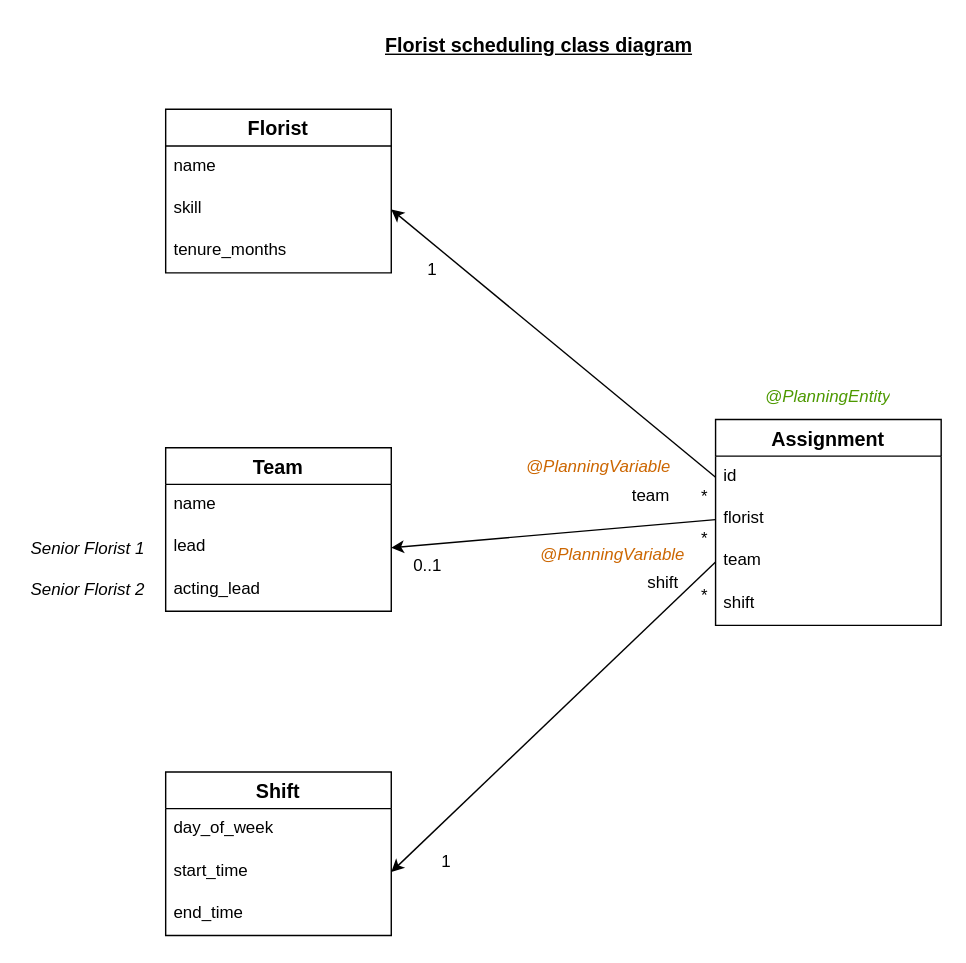
Earlier version of the draw.io diagram diagram.drawio (yewshanooi-tech/scheduling). Source tidied: cells renumbered, new cells numbered last; positions are measured from the earlier drawing's top-left corner, leaving out a move shared by most shapes. Both pictures are drawn from the tidied source at 141%, with x=0, y=0 at pixel (24, 24).
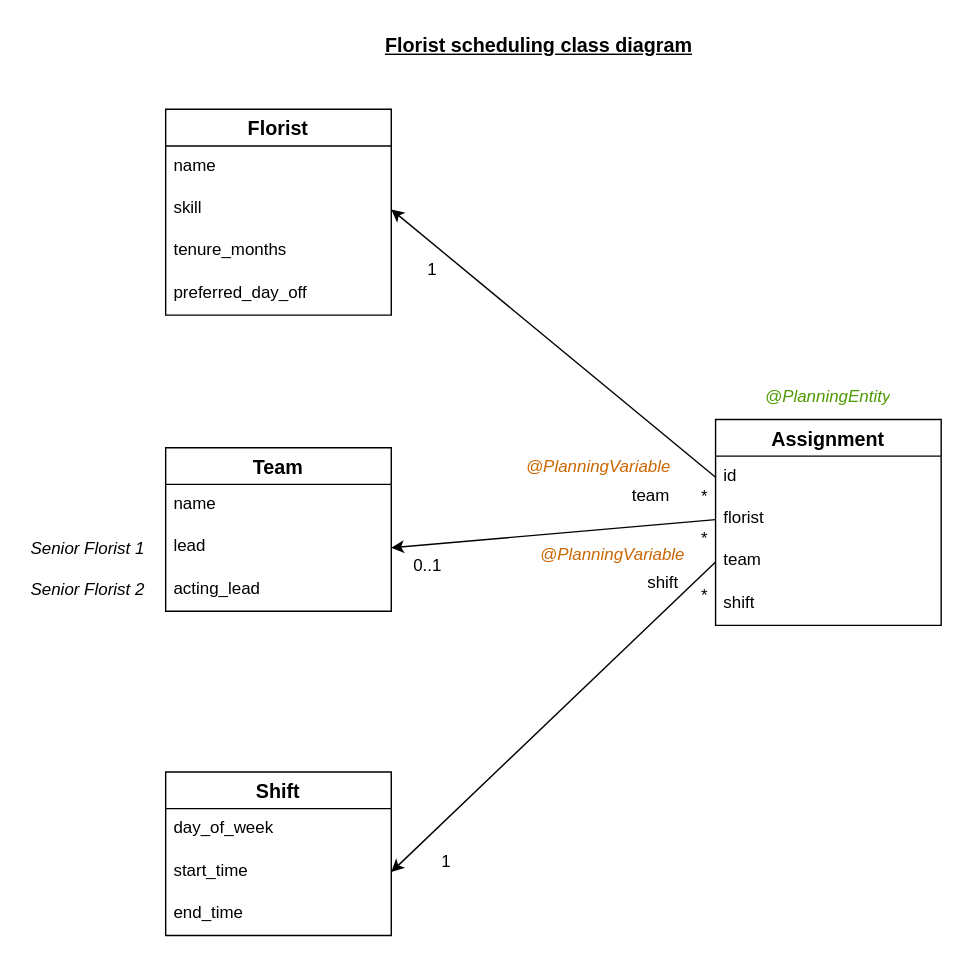
The same page after the edit.

Commit message (it also covers changes not shown here):
feat: added preferred_day_off soft constraint

Change to the diagram source:
```diff
@@
     <mxCell id="7" value="Florist" style="swimlane;fontStyle=1;horizontal=1;startSize=26;align=center;fontSize=14;" parent="1" vertex="1">
-      <mxGeometry x="100" y="60" width="160" height="116" as="geometry" />
+      <mxGeometry x="100" y="60" width="160" height="146" as="geometry" />
     </mxCell>
@@
+    <mxCell id="36" value="preferred_day_off" style="text;strokeColor=none;fillColor=none;spacingLeft=4;spacingRight=4;overflow=hidden;fontSize=12;whiteSpace=wrap;html=1;" parent="7" vertex="1">
+      <mxGeometry y="116" width="160" height="30" as="geometry" />
+    </mxCell>
```
